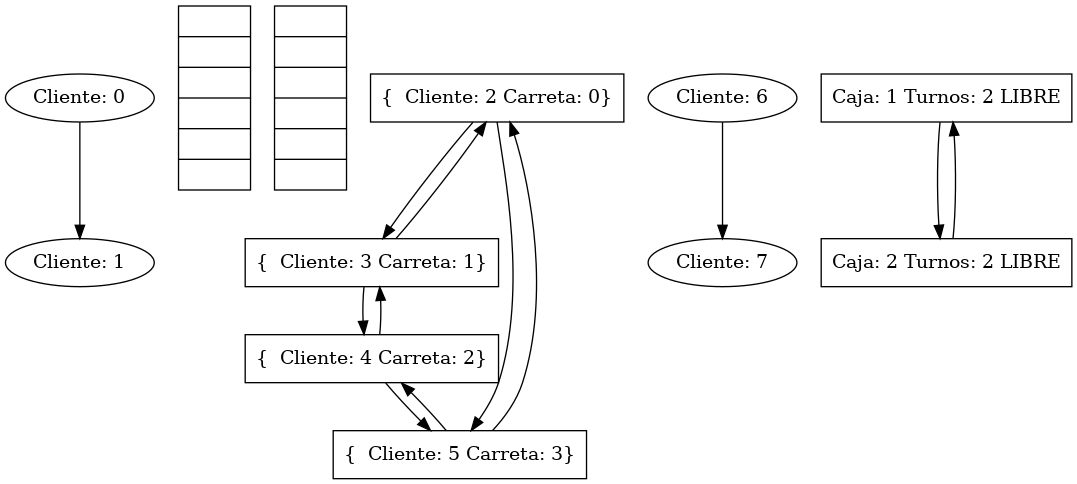
Above: grafico.png in waliray123/practica1Estructuras (Graphviz), before the change. Its source is kept beside it as grafico.dot.
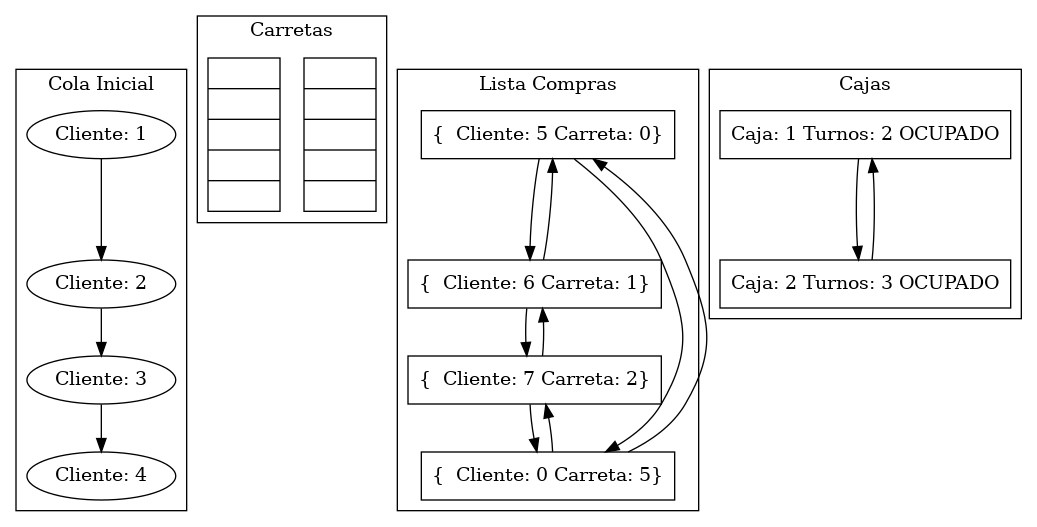
After the commit.

Commit message:
Subgraph Agregado

What changed in the source:
```diff
@@ -1,13 +1,25 @@
 digraph G {
-nodeCI0 [shape=oval, label="Cliente: 0"];
-nodeCI1 [shape=oval, label="Cliente: 1"];
+subgraph cluster_1 {
+label = "Cola Inicial"
+nodeCI0 [shape=oval, label="Cliente: 1"];
+nodeCI1 [shape=oval, label="Cliente: 2"];
+nodeCI2 [shape=oval, label="Cliente: 3"];
+nodeCI3 [shape=oval, label="Cliente: 4"];
 nodeCI0 -> nodeCI1;
-nodeP1 [shape=record, label="{ |||||}"];
-nodeP2 [shape=record, label="{ |||||}"];
-nodeL0 [shape=box, label="{  Cliente: 2 Carreta: 0}"];
-nodeL1 [shape=box, label="{  Cliente: 3 Carreta: 1}"];
-nodeL2 [shape=box, label="{  Cliente: 4 Carreta: 2}"];
-nodeL3 [shape=box, label="{  Cliente: 5 Carreta: 3}"];
+nodeCI1 -> nodeCI2;
+nodeCI2 -> nodeCI3;
+}
+subgraph cluster_2 {
+label = "Carretas"
+nodeP1 [shape=record, label="{ ||||}"];
+nodeP2 [shape=record, label="{ ||||}"];
+}
+subgraph cluster_3 {
+label = "Lista Compras"
+nodeL0 [shape=box, label="{  Cliente: 5 Carreta: 0}"];
+nodeL1 [shape=box, label="{  Cliente: 6 Carreta: 1}"];
+nodeL2 [shape=box, label="{  Cliente: 7 Carreta: 2}"];
+nodeL3 [shape=box, label="{  Cliente: 0 Carreta: 5}"];
 nodeL0 -> nodeL1;
 nodeL1 -> nodeL2;
 nodeL2 -> nodeL3;
@@ -16,11 +28,15 @@
 nodeL2 -> nodeL1;
 nodeL1 -> nodeL0;
 nodeL0 -> nodeL3;
-nodeCP0 [shape=oval, label="Cliente: 6"];
-nodeCP1 [shape=oval, label="Cliente: 7"];
-nodeCP0 -> nodeCP1;
-nodeCA0 [shape=box, label="Caja: 1 Turnos: 2 LIBRE"];
-nodeCA1 [shape=box, label="Caja: 2 Turnos: 2 LIBRE"];
+}
+subgraph cluster_4 {
+label = "Cola Pagos"
+}
+subgraph cluster_5 {
+label = "Cajas"
+nodeCA0 [shape=box, label="Caja: 1 Turnos: 2 OCUPADO"];
+nodeCA1 [shape=box, label="Caja: 2 Turnos: 3 OCUPADO"];
 nodeCA0 -> nodeCA1;
 nodeCA1 -> nodeCA0;
 }
+}
```
